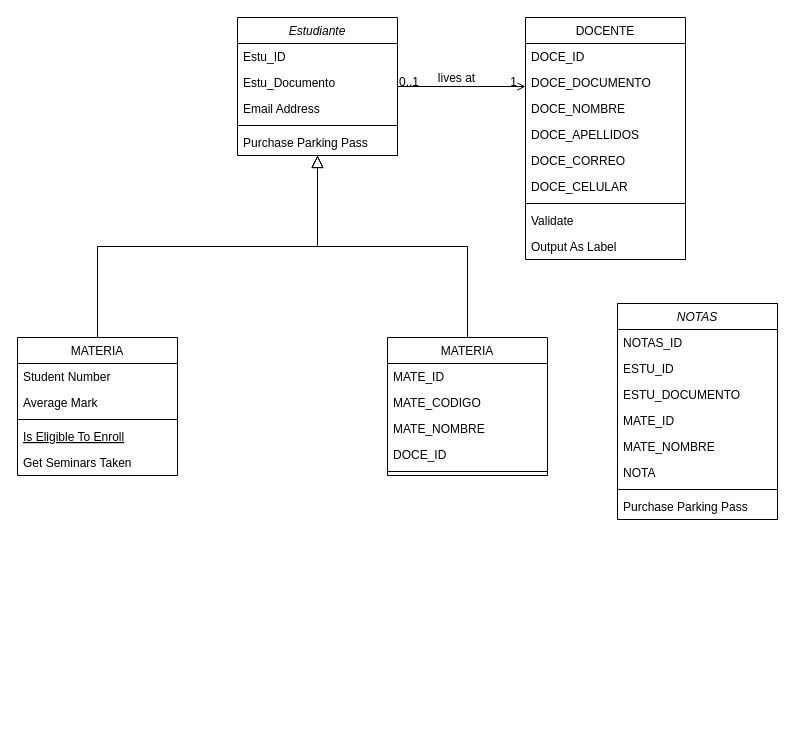
Before: Diagrama sin título.drawio in RichardYauc/Diagrama-clases, a draw.io diagram. Source tidied: cells renumbered, new cells numbered last; positions are measured from the earlier drawing's top-left corner, leaving out a move shared by most shapes. Both pictures are drawn from the tidied source at 100%, with x=0, y=0 at pixel (17, 17).
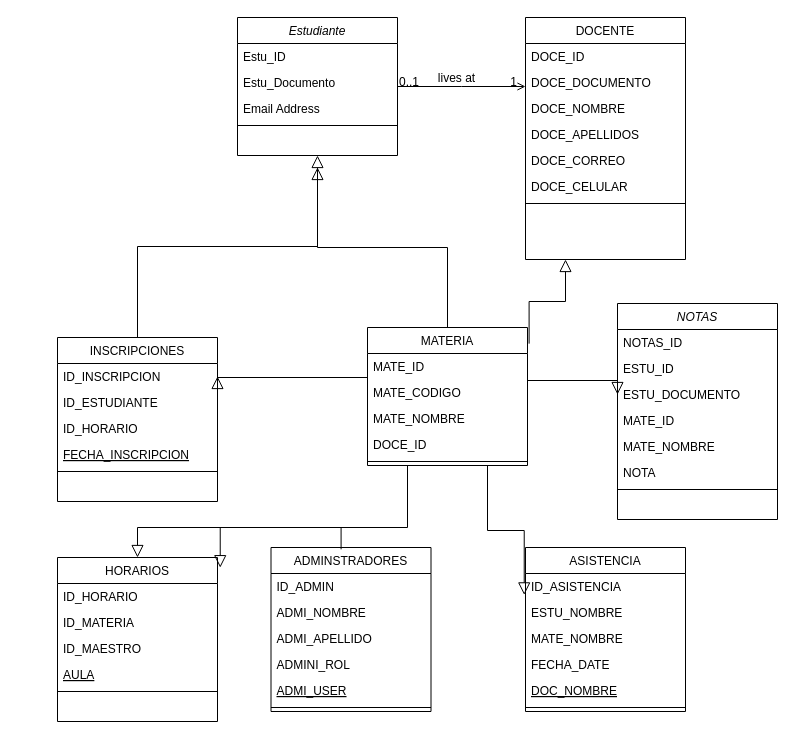
Above is the later version.

Unchanged cells that the change refers to:
```xml
<mxCell id="2" value="Estudiante" style="swimlane;fontStyle=2;align=center;verticalAlign=top;horizontal=1;startSize=26;rounded=0;shadow=0;strokeWidth=1;" parent="1" vertex="1">
  <mxGeometry x="220" width="160" height="138" as="geometry" />
</mxCell>
<mxCell id="16" value="MATE_ID" style="text;align=left;verticalAlign=top;spacingLeft=4;spacingRight=4;overflow=hidden;points=[[0,0.5],[1,0.5]];portConstraint=eastwest;" parent="15" vertex="1">
  <mxGeometry y="26" width="160" height="26" as="geometry" />
</mxCell>
<mxCell id="22" value="DOCENTE" style="swimlane;fontStyle=0;align=center;verticalAlign=top;horizontal=1;startSize=26;rounded=0;shadow=0;strokeWidth=1;" parent="1" vertex="1">
  <mxGeometry x="508" width="160" height="242" as="geometry" />
</mxCell>
<mxCell id="36" value="NOTAS" style="swimlane;fontStyle=2;align=center;verticalAlign=top;horizontal=1;startSize=26;rounded=0;shadow=0;strokeWidth=1;" parent="1" vertex="1">
  <mxGeometry x="600" y="286" width="160" height="216" as="geometry" />
</mxCell>
<mxCell id="39" value="ESTU_DOCUMENTO" style="text;align=left;verticalAlign=top;spacingLeft=4;spacingRight=4;overflow=hidden;points=[[0,0.5],[1,0.5]];portConstraint=eastwest;rounded=0;shadow=0;html=0;" parent="36" vertex="1">
  <mxGeometry y="78" width="160" height="26" as="geometry" />
</mxCell>
```

What changed in the source:
```diff
@@
-    <mxCell id="7" value="Purchase Parking Pass" style="text;align=left;verticalAlign=top;spacingLeft=4;spacingRight=4;overflow=hidden;" parent="2" vertex="1">
-      <mxGeometry y="112" width="160" height="26" as="geometry" />
-    </mxCell>
-    <mxCell id="8" value="MATERIA" style="swimlane;fontStyle=0;align=center;verticalAlign=top;horizontal=1;startSize=26;rounded=0;shadow=0;strokeWidth=1;" parent="1" vertex="1">
-      <mxGeometry y="320" width="160" height="138" as="geometry" />
+    <mxCell id="8" value="INSCRIPCIONES" style="swimlane;fontStyle=0;align=center;verticalAlign=top;horizontal=1;startSize=26;rounded=0;shadow=0;strokeWidth=1;" parent="1" vertex="1">
+      <mxGeometry x="40" y="320" width="160" height="164" as="geometry" />
     </mxCell>
-    <mxCell id="9" value="Student Number" style="text;align=left;verticalAlign=top;spacingLeft=4;spacingRight=4;overflow=hidden;points=[[0,0.5],[1,0.5]];portConstraint=eastwest;" parent="8" vertex="1">
+    <mxCell id="9" value="ID_INSCRIPCION" style="text;align=left;verticalAlign=top;spacingLeft=4;spacingRight=4;overflow=hidden;points=[[0,0.5],[1,0.5]];portConstraint=eastwest;" parent="8" vertex="1">
       <mxGeometry y="26" width="160" height="26" as="geometry" />
     </mxCell>
+    <mxCell id="45" value="ID_ESTUDIANTE    " style="text;align=left;verticalAlign=top;spacingLeft=4;spacingRight=4;overflow=hidden;" parent="8" vertex="1">
+      <mxGeometry y="52" width="160" height="26" as="geometry" />
+    </mxCell>
-    <mxCell id="10" value="Average Mark" style="text;align=left;verticalAlign=top;spacingLeft=4;spacingRight=4;overflow=hidden;rounded=0;shadow=0;html=0;" parent="8" vertex="1">
-      <mxGeometry y="52" width="160" height="26" as="geometry" />
+    <mxCell id="10" value="ID_HORARIO" style="text;align=left;verticalAlign=top;spacingLeft=4;spacingRight=4;overflow=hidden;rounded=0;shadow=0;html=0;" parent="8" vertex="1">
+      <mxGeometry y="78" width="160" height="26" as="geometry" />
     </mxCell>
+    <mxCell id="12" value="FECHA_INSCRIPCION" style="text;align=left;verticalAlign=top;spacingLeft=4;spacingRight=4;overflow=hidden;fontStyle=4;" parent="8" vertex="1">
+      <mxGeometry y="104" width="160" height="26" as="geometry" />
+    </mxCell>
     <mxCell id="11" style="line;html=1;strokeWidth=1;align=left;verticalAlign=middle;spacingTop=-1;spacingLeft=3;spacingRight=3;labelPosition=right;" parent="8" vertex="1">
-      <mxGeometry y="78" width="160" height="8" as="geometry" />
+      <mxGeometry y="130" width="160" height="8" as="geometry" />
     </mxCell>
-    <mxCell id="12" value="Is Eligible To Enroll" style="text;align=left;verticalAlign=top;spacingLeft=4;spacingRight=4;overflow=hidden;fontStyle=4;" parent="8" vertex="1">
-      <mxGeometry y="86" width="160" height="26" as="geometry" />
-    </mxCell>
-    <mxCell id="13" value="Get Seminars Taken" style="text;align=left;verticalAlign=top;spacingLeft=4;spacingRight=4;overflow=hidden;" parent="8" vertex="1">
-      <mxGeometry y="112" width="160" height="26" as="geometry" />
-    </mxCell>
@@
     <mxCell id="15" value="MATERIA" style="swimlane;fontStyle=0;align=center;verticalAlign=top;horizontal=1;startSize=26;rounded=0;shadow=0;strokeWidth=1;" parent="1" vertex="1">
-      <mxGeometry x="370" y="320" width="160" height="138" as="geometry" />
+      <mxGeometry x="350" y="310" width="160" height="138" as="geometry" />
     </mxCell>
@@
-    <mxCell id="21" style="endArrow=block;endSize=10;endFill=0;shadow=0;strokeWidth=1;rounded=0;curved=0;edgeStyle=elbowEdgeStyle;elbow=vertical;" parent="1" edge="1" source="15" target="2">
-      <mxGeometry relative="1" as="geometry" />
+    <mxCell id="21" style="endArrow=block;endSize=10;endFill=0;shadow=0;strokeWidth=1;rounded=0;curved=0;edgeStyle=elbowEdgeStyle;elbow=vertical;" parent="1" edge="1" source="15">
+      <mxGeometry relative="1" as="geometry">
+        <mxPoint x="300" y="150" as="targetPoint" />
+      </mxGeometry>
     </mxCell>
@@
-    <mxCell id="30" value="Validate" style="text;align=left;verticalAlign=top;spacingLeft=4;spacingRight=4;overflow=hidden;" parent="22" vertex="1">
-      <mxGeometry y="190" width="160" height="26" as="geometry" />
-    </mxCell>
-    <mxCell id="31" value="Output As Label" style="text;align=left;verticalAlign=top;spacingLeft=4;spacingRight=4;overflow=hidden;" parent="22" vertex="1">
-      <mxGeometry y="216" width="160" height="26" as="geometry" />
-    </mxCell>
@@
-    <mxCell id="44" value="Purchase Parking Pass" style="text;align=left;verticalAlign=top;spacingLeft=4;spacingRight=4;overflow=hidden;" parent="36" vertex="1">
-      <mxGeometry y="190" width="160" height="26" as="geometry" />
-    </mxCell>
+    <mxCell id="46" value="HORARIOS" style="swimlane;fontStyle=0;align=center;verticalAlign=top;horizontal=1;startSize=26;rounded=0;shadow=0;strokeWidth=1;" parent="1" vertex="1">
+      <mxGeometry x="40" y="540" width="160" height="164" as="geometry" />
+    </mxCell>
+    <mxCell id="47" value="ID_HORARIO    " style="text;align=left;verticalAlign=top;spacingLeft=4;spacingRight=4;overflow=hidden;" parent="46" vertex="1">
+      <mxGeometry y="26" width="160" height="26" as="geometry" />
+    </mxCell>
+    <mxCell id="48" value="ID_MATERIA" style="text;align=left;verticalAlign=top;spacingLeft=4;spacingRight=4;overflow=hidden;" parent="46" vertex="1">
+      <mxGeometry y="52" width="160" height="26" as="geometry" />
+    </mxCell>
+    <mxCell id="49" value="ID_MAESTRO" style="text;align=left;verticalAlign=top;spacingLeft=4;spacingRight=4;overflow=hidden;rounded=0;shadow=0;html=0;" parent="46" vertex="1">
+      <mxGeometry y="78" width="160" height="26" as="geometry" />
+    </mxCell>
+    <mxCell id="50" value="AULA" style="text;align=left;verticalAlign=top;spacingLeft=4;spacingRight=4;overflow=hidden;fontStyle=4;" parent="46" vertex="1">
+      <mxGeometry y="104" width="160" height="26" as="geometry" />
+    </mxCell>
+    <mxCell id="51" style="line;html=1;strokeWidth=1;align=left;verticalAlign=middle;spacingTop=-1;spacingLeft=3;spacingRight=3;labelPosition=right;" parent="46" vertex="1">
+      <mxGeometry y="130" width="160" height="8" as="geometry" />
+    </mxCell>
+    <mxCell id="52" value="ADMINSTRADORES" style="swimlane;fontStyle=0;align=center;verticalAlign=top;horizontal=1;startSize=26;rounded=0;shadow=0;strokeWidth=1;" parent="1" vertex="1">
+      <mxGeometry x="253.5" y="530" width="160" height="164" as="geometry" />
+    </mxCell>
+    <mxCell id="53" value="ID_ADMIN" style="text;align=left;verticalAlign=top;spacingLeft=4;spacingRight=4;overflow=hidden;" parent="52" vertex="1">
+      <mxGeometry y="26" width="160" height="26" as="geometry" />
+    </mxCell>
+    <mxCell id="54" value="ADMI_NOMBRE" style="text;align=left;verticalAlign=top;spacingLeft=4;spacingRight=4;overflow=hidden;" parent="52" vertex="1">
+      <mxGeometry y="52" width="160" height="26" as="geometry" />
+    </mxCell>
+    <mxCell id="55" value="ADMI_APELLIDO" style="text;align=left;verticalAlign=top;spacingLeft=4;spacingRight=4;overflow=hidden;rounded=0;shadow=0;html=0;" parent="52" vertex="1">
+      <mxGeometry y="78" width="160" height="26" as="geometry" />
+    </mxCell>
+    <mxCell id="56" value="ADMINI_ROL" style="text;align=left;verticalAlign=top;spacingLeft=4;spacingRight=4;overflow=hidden;" parent="52" vertex="1">
+      <mxGeometry y="104" width="160" height="26" as="geometry" />
+    </mxCell>
+    <mxCell id="57" value="ADMI_USER" style="text;align=left;verticalAlign=top;spacingLeft=4;spacingRight=4;overflow=hidden;fontStyle=4;" parent="52" vertex="1">
+      <mxGeometry y="130" width="160" height="26" as="geometry" />
+    </mxCell>
+    <mxCell id="58" style="line;html=1;strokeWidth=1;align=left;verticalAlign=middle;spacingTop=-1;spacingLeft=3;spacingRight=3;labelPosition=right;" parent="52" vertex="1">
+      <mxGeometry y="156" width="160" height="8" as="geometry" />
+    </mxCell>
+    <mxCell id="59" value="ASISTENCIA" style="swimlane;fontStyle=0;align=center;verticalAlign=top;horizontal=1;startSize=26;rounded=0;shadow=0;strokeWidth=1;" parent="1" vertex="1">
+      <mxGeometry x="508" y="530" width="160" height="164" as="geometry" />
+    </mxCell>
+    <mxCell id="60" value="ID_ASISTENCIA" style="text;align=left;verticalAlign=top;spacingLeft=4;spacingRight=4;overflow=hidden;points=[[0,0.5],[1,0.5]];portConstraint=eastwest;" parent="59" vertex="1">
+      <mxGeometry y="26" width="160" height="26" as="geometry" />
+    </mxCell>
+    <mxCell id="61" value="ESTU_NOMBRE" style="text;align=left;verticalAlign=top;spacingLeft=4;spacingRight=4;overflow=hidden;" parent="59" vertex="1">
+      <mxGeometry y="52" width="160" height="26" as="geometry" />
+    </mxCell>
+    <mxCell id="62" value="MATE_NOMBRE" style="text;align=left;verticalAlign=top;spacingLeft=4;spacingRight=4;overflow=hidden;rounded=0;shadow=0;html=0;" parent="59" vertex="1">
+      <mxGeometry y="78" width="160" height="26" as="geometry" />
+    </mxCell>
+    <mxCell id="63" value="FECHA_DATE" style="text;align=left;verticalAlign=top;spacingLeft=4;spacingRight=4;overflow=hidden;" parent="59" vertex="1">
+      <mxGeometry y="104" width="160" height="26" as="geometry" />
+    </mxCell>
+    <mxCell id="64" value="DOC_NOMBRE" style="text;align=left;verticalAlign=top;spacingLeft=4;spacingRight=4;overflow=hidden;fontStyle=4;" parent="59" vertex="1">
+      <mxGeometry y="130" width="160" height="26" as="geometry" />
+    </mxCell>
+    <mxCell id="65" style="line;html=1;strokeWidth=1;align=left;verticalAlign=middle;spacingTop=-1;spacingLeft=3;spacingRight=3;labelPosition=right;" parent="59" vertex="1">
+      <mxGeometry y="156" width="160" height="8" as="geometry" />
+    </mxCell>
+    <mxCell id="66" style="endArrow=block;endSize=10;endFill=0;shadow=0;strokeWidth=1;rounded=0;curved=0;edgeStyle=elbowEdgeStyle;elbow=vertical;exitX=0;exitY=0.5;exitDx=0;exitDy=0;entryX=1;entryY=0.5;entryDx=0;entryDy=0;" parent="1" edge="1" source="16" target="9">
+      <mxGeometry relative="1" as="geometry">
+        <Array as="points">
+          <mxPoint x="260" y="360" />
+        </Array>
+      </mxGeometry>
+    </mxCell>
+    <mxCell id="67" style="endArrow=block;endSize=10;endFill=0;shadow=0;strokeWidth=1;rounded=0;curved=0;edgeStyle=elbowEdgeStyle;elbow=vertical;exitX=0.25;exitY=1;exitDx=0;exitDy=0;entryX=0.5;entryY=0;entryDx=0;entryDy=0;" parent="1" edge="1" source="15" target="46">
+      <mxGeometry relative="1" as="geometry">
+        <Array as="points">
+          <mxPoint x="240" y="510" />
+        </Array>
+      </mxGeometry>
+    </mxCell>
+    <mxCell id="68" style="endArrow=block;endSize=10;endFill=0;shadow=0;strokeWidth=1;rounded=0;curved=0;edgeStyle=elbowEdgeStyle;elbow=vertical;exitX=0.438;exitY=0.011;exitDx=0;exitDy=0;entryX=1.017;entryY=0.062;entryDx=0;entryDy=0;entryPerimeter=0;exitPerimeter=0;" parent="1" edge="1" source="52" target="46">
+      <mxGeometry relative="1" as="geometry">
+        <Array as="points">
+          <mxPoint x="270" y="510" />
+        </Array>
+      </mxGeometry>
+    </mxCell>
+    <mxCell id="69" style="endArrow=block;endSize=10;endFill=0;shadow=0;strokeWidth=1;rounded=0;curved=0;edgeStyle=elbowEdgeStyle;elbow=vertical;entryX=0;entryY=0.5;entryDx=0;entryDy=0;exitX=1;exitY=0.5;exitDx=0;exitDy=0;" parent="1" edge="1" source="16" target="39">
+      <mxGeometry relative="1" as="geometry" />
+    </mxCell>
+    <mxCell id="70" style="endArrow=block;endSize=10;endFill=0;shadow=0;strokeWidth=1;rounded=0;curved=0;edgeStyle=elbowEdgeStyle;elbow=vertical;exitX=1.01;exitY=0.117;exitDx=0;exitDy=0;exitPerimeter=0;entryX=0.25;entryY=1;entryDx=0;entryDy=0;" parent="1" edge="1" source="15" target="22">
+      <mxGeometry relative="1" as="geometry" />
+    </mxCell>
+    <mxCell id="71" style="endArrow=block;endSize=10;endFill=0;shadow=0;strokeWidth=1;rounded=0;curved=0;edgeStyle=elbowEdgeStyle;elbow=vertical;entryX=-0.008;entryY=0.823;entryDx=0;entryDy=0;exitX=0.75;exitY=1;exitDx=0;exitDy=0;entryPerimeter=0;" parent="1" edge="1" source="15" target="60">
+      <mxGeometry relative="1" as="geometry" />
+    </mxCell>
```
